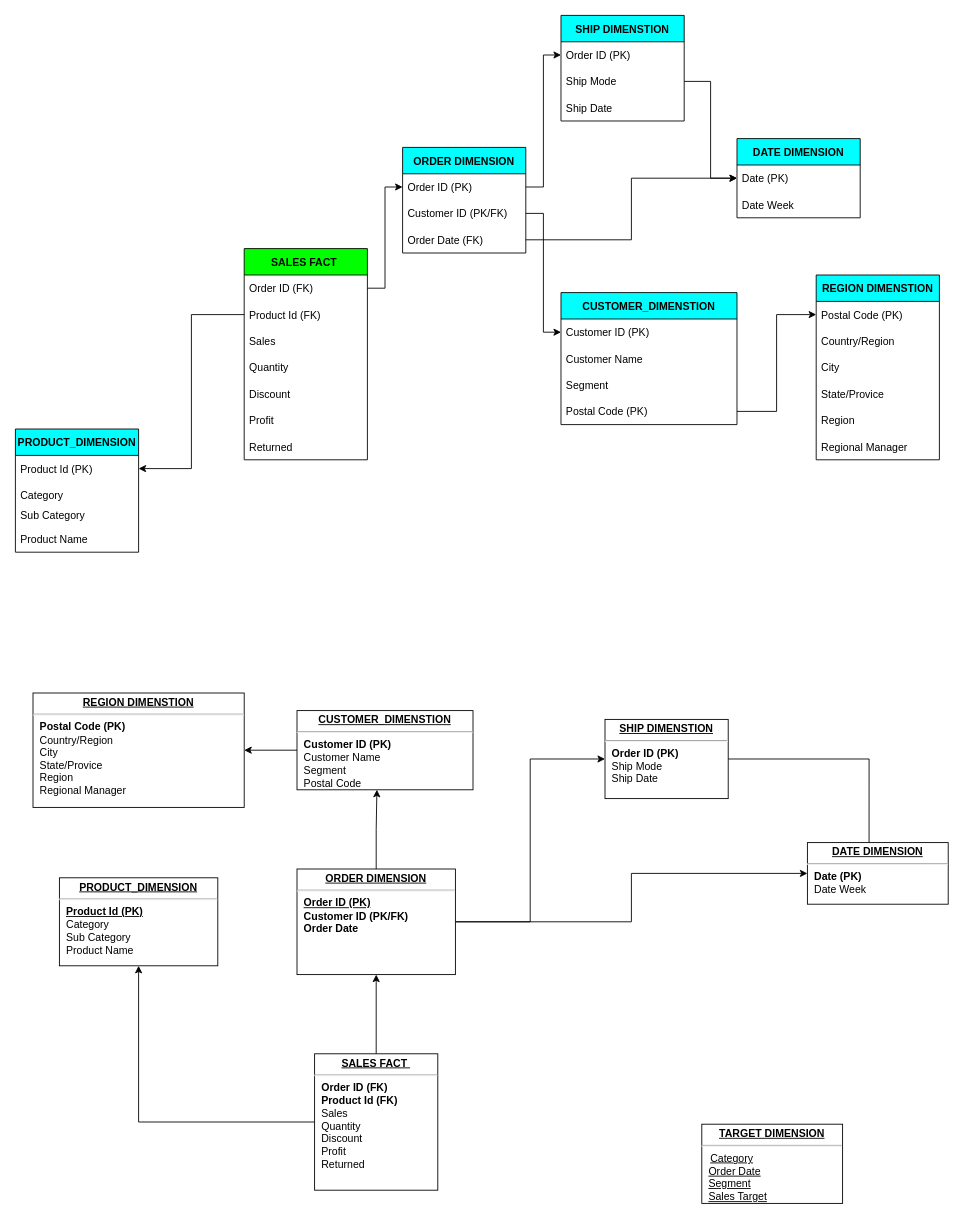
Before: sales.drawio in rajitharul/rajitharul, a draw.io diagram. Source tidied: cells renumbered, new cells numbered last; positions are measured from the earlier drawing's top-left corner, leaving out a move shared by most shapes. Both pictures are drawn from the tidied source at 88%, with x=0, y=0 at pixel (15, 15).
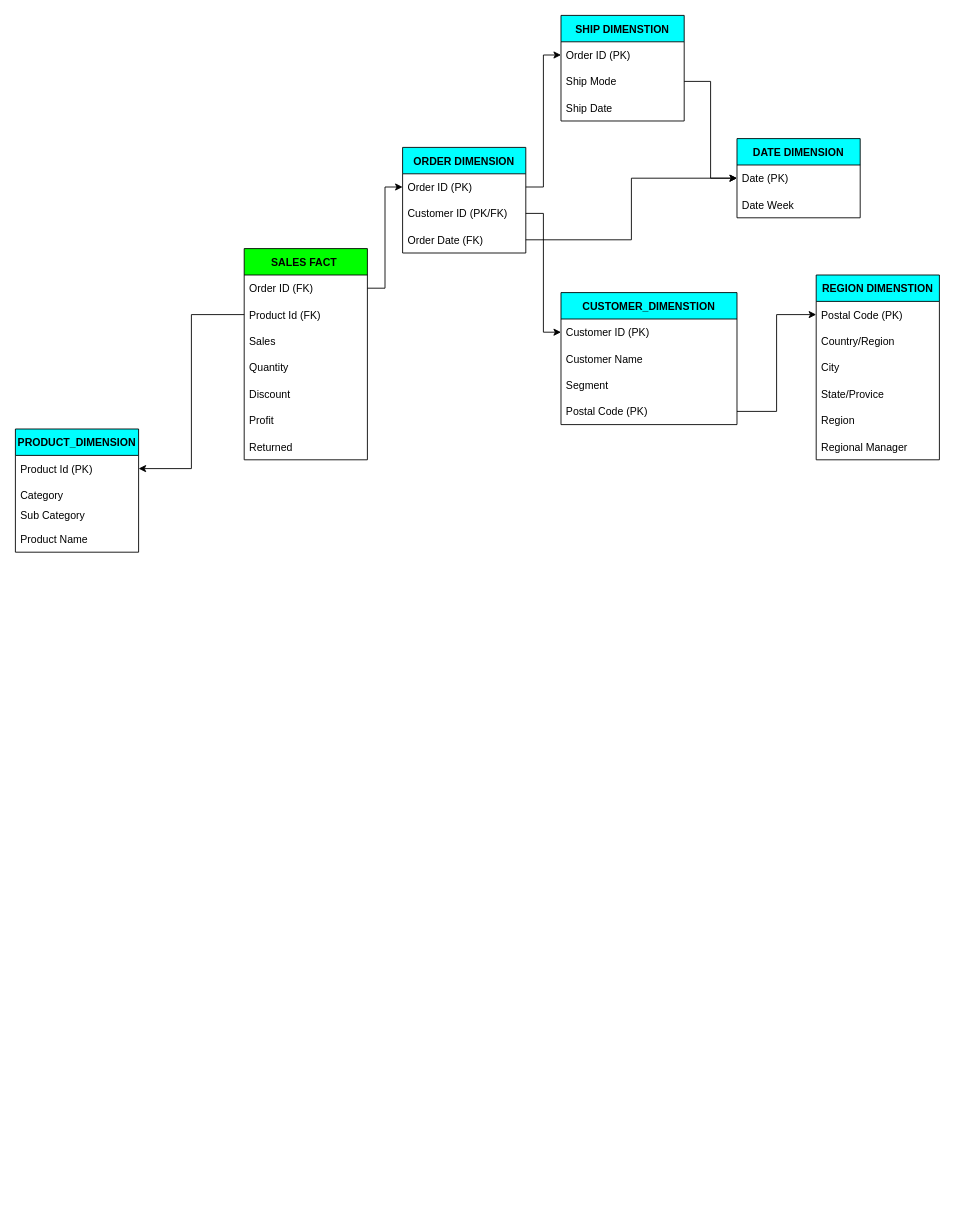
After the change.

What changed in the source:
```diff
@@
-    <mxCell id="2" style="edgeStyle=orthogonalEdgeStyle;rounded=0;jettySize=auto;html=1;" parent="1" edge="1" source="4" target="15">
-      <mxGeometry relative="1" as="geometry" />
-    </mxCell>
-    <mxCell id="3" style="edgeStyle=orthogonalEdgeStyle;rounded=0;jettySize=auto;html=1;" parent="1" edge="1" source="4" target="11">
-      <mxGeometry relative="1" as="geometry" />
-    </mxCell>
-    <mxCell id="4" value="&lt;p style=&quot;margin: 0px ; margin-top: 4px ; text-align: center ; text-decoration: underline&quot;&gt;&lt;b&gt;SALES FACT&amp;nbsp;&lt;/b&gt;&lt;/p&gt;&lt;hr&gt;&lt;p style=&quot;margin: 0px ; margin-left: 8px&quot;&gt;&lt;b&gt;Order ID (FK)&lt;/b&gt;&lt;/p&gt;&lt;p style=&quot;margin: 0px 0px 0px 8px;&quot;&gt;&lt;span style=&quot;background-color: initial;&quot;&gt;&lt;b&gt;Product Id (FK)&lt;/b&gt;&lt;/span&gt;&lt;/p&gt;&lt;p style=&quot;margin: 0px ; margin-left: 8px&quot;&gt;&lt;span style=&quot;background-color: initial;&quot;&gt;Sales&lt;/span&gt;&lt;br&gt;&lt;/p&gt;&lt;p style=&quot;margin: 0px ; margin-left: 8px&quot;&gt;&lt;span style=&quot;background-color: initial;&quot;&gt;Quantity&lt;/span&gt;&lt;/p&gt;&lt;p style=&quot;margin: 0px ; margin-left: 8px&quot;&gt;&lt;span style=&quot;background-color: initial;&quot;&gt;Discount&lt;/span&gt;&lt;/p&gt;&lt;p style=&quot;margin: 0px ; margin-left: 8px&quot;&gt;&lt;span style=&quot;background-color: initial;&quot;&gt;Profit&lt;/span&gt;&lt;/p&gt;&lt;p style=&quot;margin: 0px 0px 0px 8px;&quot;&gt;&lt;span style=&quot;background-color: initial;&quot;&gt;Returned&lt;/span&gt;&lt;/p&gt;&lt;div&gt;&lt;span style=&quot;background-color: initial;&quot;&gt;&lt;br&gt;&lt;/span&gt;&lt;/div&gt;&lt;p style=&quot;margin: 0px ; margin-left: 8px&quot;&gt;&amp;nbsp;&lt;/p&gt;" style="verticalAlign=top;align=left;overflow=fill;fontSize=12;fontFamily=Helvetica;html=1;rounded=0;shadow=0;comic=0;labelBackgroundColor=none;strokeWidth=1;" parent="1" vertex="1">
-      <mxGeometry x="340" y="1180" width="140" height="155" as="geometry" />
-    </mxCell>
-    <mxCell id="5" style="edgeStyle=orthogonalEdgeStyle;rounded=0;jettySize=auto;html=1;entryX=0.438;entryY=0.286;entryDx=0;entryDy=0;entryPerimeter=0;" parent="1" edge="1" source="6" target="7">
-      <mxGeometry relative="1" as="geometry" />
-    </mxCell>
-    <mxCell id="6" value="&lt;p style=&quot;margin: 0px ; margin-top: 4px ; text-align: center ; text-decoration: underline&quot;&gt;&lt;b&gt;SHIP DIMENSTION&lt;/b&gt;&lt;/p&gt;&lt;hr&gt;&lt;p style=&quot;margin: 0px ; margin-left: 8px&quot;&gt;&lt;b style=&quot;&quot;&gt;Order ID (PK)&lt;/b&gt;&lt;/p&gt;&lt;p style=&quot;margin: 0px ; margin-left: 8px&quot;&gt;Ship Mode&amp;nbsp;&lt;/p&gt;&lt;p style=&quot;margin: 0px ; margin-left: 8px&quot;&gt;&lt;span style=&quot;background-color: initial;&quot;&gt;Ship Date&lt;/span&gt;&lt;/p&gt;&lt;p style=&quot;margin: 0px ; margin-left: 8px&quot;&gt;&lt;br&gt;&lt;/p&gt;" style="verticalAlign=top;align=left;overflow=fill;fontSize=12;fontFamily=Helvetica;html=1;rounded=0;shadow=0;comic=0;labelBackgroundColor=none;strokeWidth=1;" parent="1" vertex="1">
-      <mxGeometry x="670" y="800" width="140" height="90" as="geometry" />
-    </mxCell>
-    <mxCell id="7" value="&lt;p style=&quot;margin: 0px ; margin-top: 4px ; text-align: center ; text-decoration: underline&quot;&gt;&lt;b&gt;DATE DIMENSION&lt;/b&gt;&lt;/p&gt;&lt;hr&gt;&lt;p style=&quot;margin: 0px ; margin-left: 8px&quot;&gt;&lt;b style=&quot;&quot;&gt;Date (PK)&lt;br&gt;&lt;/b&gt;&lt;/p&gt;&lt;p style=&quot;margin: 0px ; margin-left: 8px&quot;&gt;Date Week&lt;/p&gt;" style="verticalAlign=top;align=left;overflow=fill;fontSize=12;fontFamily=Helvetica;html=1;rounded=0;shadow=0;comic=0;labelBackgroundColor=none;strokeWidth=1;" parent="1" vertex="1">
-      <mxGeometry x="900" y="940" width="160" height="70" as="geometry" />
-    </mxCell>
-    <mxCell id="8" style="edgeStyle=orthogonalEdgeStyle;rounded=0;jettySize=auto;html=1;entryX=1;entryY=0.5;entryDx=0;entryDy=0;" parent="1" edge="1" source="9" target="10">
-      <mxGeometry relative="1" as="geometry" />
-    </mxCell>
-    <mxCell id="9" value="&lt;p style=&quot;margin: 0px ; margin-top: 4px ; text-align: center ; text-decoration: underline&quot;&gt;&lt;b&gt;CUSTOMER_DIMENSTION&lt;/b&gt;&lt;/p&gt;&lt;hr&gt;&lt;p style=&quot;margin: 0px ; margin-left: 8px&quot;&gt;&lt;span style=&quot;background-color: initial;&quot;&gt;&lt;b&gt;Customer ID (PK)&lt;/b&gt;&lt;/span&gt;&lt;/p&gt;&lt;p style=&quot;margin: 0px ; margin-left: 8px&quot;&gt;Customer Name&lt;/p&gt;&lt;p style=&quot;margin: 0px ; margin-left: 8px&quot;&gt;Segment&amp;nbsp;&lt;/p&gt;&lt;p style=&quot;margin: 0px ; margin-left: 8px&quot;&gt;Postal Code&lt;/p&gt;" style="verticalAlign=top;align=left;overflow=fill;fontSize=12;fontFamily=Helvetica;html=1;rounded=0;shadow=0;comic=0;labelBackgroundColor=none;strokeWidth=1;" parent="1" vertex="1">
-      <mxGeometry x="320" y="790" width="200" height="90" as="geometry" />
-    </mxCell>
-    <mxCell id="10" value="&lt;p style=&quot;margin: 0px ; margin-top: 4px ; text-align: center ; text-decoration: underline&quot;&gt;&lt;b&gt;REGION DIMENSTION&lt;/b&gt;&lt;/p&gt;&lt;hr&gt;&lt;p style=&quot;margin: 0px 0px 0px 8px;&quot;&gt;&lt;b&gt;Postal Code (PK)&lt;/b&gt;&lt;/p&gt;&lt;p style=&quot;margin: 0px ; margin-left: 8px&quot;&gt;Country/Region&lt;/p&gt;&lt;p style=&quot;margin: 0px ; margin-left: 8px&quot;&gt;City&amp;nbsp;&lt;/p&gt;&lt;p style=&quot;margin: 0px ; margin-left: 8px&quot;&gt;State/Provice&lt;/p&gt;&lt;p style=&quot;margin: 0px ; margin-left: 8px&quot;&gt;&lt;span style=&quot;background-color: initial;&quot;&gt;Region&lt;/span&gt;&lt;br&gt;&lt;/p&gt;&lt;p style=&quot;margin: 0px ; margin-left: 8px&quot;&gt;Regional Manager&lt;/p&gt;&lt;p style=&quot;margin: 0px ; margin-left: 8px&quot;&gt;&lt;b&gt;&lt;br&gt;&lt;/b&gt;&lt;/p&gt;" style="verticalAlign=top;align=left;overflow=fill;fontSize=12;fontFamily=Helvetica;html=1;rounded=0;shadow=0;comic=0;labelBackgroundColor=none;strokeWidth=1;" parent="1" vertex="1">
-      <mxGeometry x="20" y="770" width="240" height="130" as="geometry" />
-    </mxCell>
-    <mxCell id="11" value="&lt;p style=&quot;margin: 0px ; margin-top: 4px ; text-align: center ; text-decoration: underline&quot;&gt;&lt;b&gt;PRODUCT_DIMENSION&lt;/b&gt;&lt;/p&gt;&lt;hr&gt;&lt;p style=&quot;margin: 0px ; margin-left: 8px&quot;&gt;&lt;span style=&quot;background-color: initial;&quot;&gt;&lt;b&gt;&lt;u&gt;Product Id (PK)&lt;/u&gt;&lt;/b&gt;&lt;/span&gt;&lt;/p&gt;&lt;p style=&quot;margin: 0px ; margin-left: 8px&quot;&gt;Category&lt;/p&gt;&lt;p style=&quot;margin: 0px ; margin-left: 8px&quot;&gt;Sub Category&lt;/p&gt;&lt;p style=&quot;margin: 0px ; margin-left: 8px&quot;&gt;Product Name&lt;/p&gt;" style="verticalAlign=top;align=left;overflow=fill;fontSize=12;fontFamily=Helvetica;html=1;rounded=0;shadow=0;comic=0;labelBackgroundColor=none;strokeWidth=1;" parent="1" vertex="1">
-      <mxGeometry x="50" y="980" width="180" height="100" as="geometry" />
-    </mxCell>
-    <mxCell id="12" style="edgeStyle=orthogonalEdgeStyle;rounded=0;jettySize=auto;html=1;entryX=0;entryY=0.5;entryDx=0;entryDy=0;" parent="1" edge="1" source="15" target="6">
-      <mxGeometry relative="1" as="geometry" />
-    </mxCell>
-    <mxCell id="13" style="edgeStyle=orthogonalEdgeStyle;rounded=0;jettySize=auto;html=1;entryX=0.454;entryY=0.999;entryDx=0;entryDy=0;entryPerimeter=0;" parent="1" edge="1" source="15" target="9">
-      <mxGeometry relative="1" as="geometry" />
-    </mxCell>
-    <mxCell id="14" style="edgeStyle=orthogonalEdgeStyle;rounded=0;jettySize=auto;html=1;" parent="1" edge="1" source="15" target="7">
-      <mxGeometry relative="1" as="geometry" />
-    </mxCell>
-    <mxCell id="15" value="&lt;p style=&quot;margin: 0px ; margin-top: 4px ; text-align: center ; text-decoration: underline&quot;&gt;&lt;b&gt;ORDER DIMENSION&lt;/b&gt;&lt;/p&gt;&lt;hr&gt;&lt;p style=&quot;margin: 0px 0px 0px 8px;&quot;&gt;&lt;b&gt;&lt;u&gt;Order ID (PK)&lt;/u&gt;&lt;/b&gt;&lt;/p&gt;&lt;p style=&quot;margin: 0px 0px 0px 8px;&quot;&gt;&lt;span style=&quot;background-color: initial;&quot;&gt;&lt;b&gt;Customer ID (PK/FK&lt;/b&gt;&lt;/span&gt;&lt;b style=&quot;background-color: initial;&quot;&gt;)&lt;/b&gt;&lt;/p&gt;&lt;p style=&quot;margin: 0px 0px 0px 8px;&quot;&gt;&lt;b style=&quot;background-color: initial;&quot;&gt;Order Date&amp;nbsp;&lt;/b&gt;&lt;br&gt;&lt;/p&gt;&lt;p style=&quot;margin: 0px ; margin-left: 8px&quot;&gt;&lt;br&gt;&lt;/p&gt;" style="verticalAlign=top;align=left;overflow=fill;fontSize=12;fontFamily=Helvetica;html=1;rounded=0;shadow=0;comic=0;labelBackgroundColor=none;strokeWidth=1;" parent="1" vertex="1">
-      <mxGeometry x="320" y="970" width="180" height="120" as="geometry" />
-    </mxCell>
-    <mxCell id="16" value="&lt;p style=&quot;margin: 0px ; margin-top: 4px ; text-align: center ; text-decoration: underline&quot;&gt;&lt;b&gt;TARGET DIMENSION&lt;/b&gt;&lt;/p&gt;&lt;hr&gt;&amp;nbsp; &amp;nbsp;&lt;u&gt;Category&lt;/u&gt;&lt;p style=&quot;margin: 0px ; margin-left: 8px&quot;&gt;&lt;u&gt;Order Date&lt;br&gt;&lt;/u&gt;&lt;/p&gt;&lt;p style=&quot;margin: 0px ; margin-left: 8px&quot;&gt;&lt;u&gt;Segment&lt;/u&gt;&lt;br&gt;&lt;/p&gt;&lt;p style=&quot;margin: 0px ; margin-left: 8px&quot;&gt;&lt;u&gt;Sales Target&lt;/u&gt;&lt;br&gt;&lt;/p&gt;" style="verticalAlign=top;align=left;overflow=fill;fontSize=12;fontFamily=Helvetica;html=1;rounded=0;shadow=0;comic=0;labelBackgroundColor=none;strokeWidth=1;" parent="1" vertex="1">
-      <mxGeometry x="780" y="1260" width="160" height="90" as="geometry" />
-    </mxCell>
```
